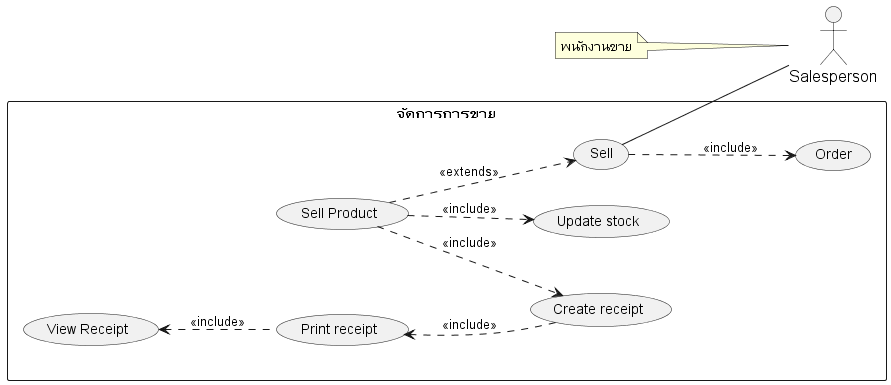
This is out/system-analysis/usecase/_7_usecase-sell/_7_usecase-sell.png from billowdev/inventory-system-plantuml-sequelize-seeder-example, a PlantUML export, as it was before one commit.
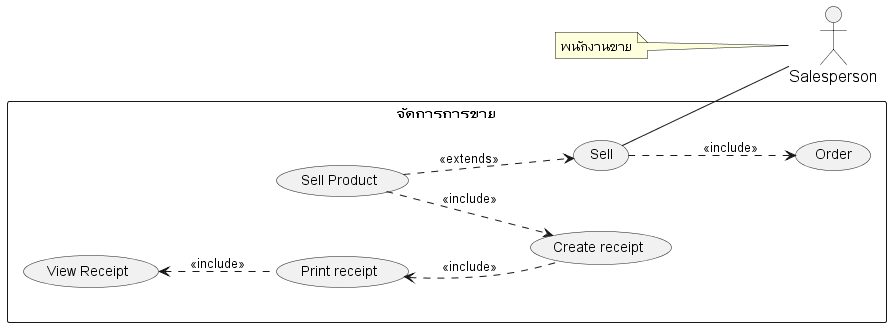
The same file after the commit.

Diff of the diagram source:
```diff
@@ -32,10 +32,8 @@
     usecase (Create receipt) as (usecaseCreateReceipt)
 
     usecase (Order) as (usecaseOrder)
-    usecase (Update stock) as (usecaseUpdateStock)
 
     (usecaseSellProduct) ..> (usecaseSell) : <<extends>>
-    (usecaseSellProduct)  ..> (usecaseUpdateStock)   : <<include>>
 
     (usecaseSellProduct)  ..> (usecaseCreateReceipt) : <<include>>
     (usecaseSell)  ..> (usecaseOrder) : <<include>>
```
